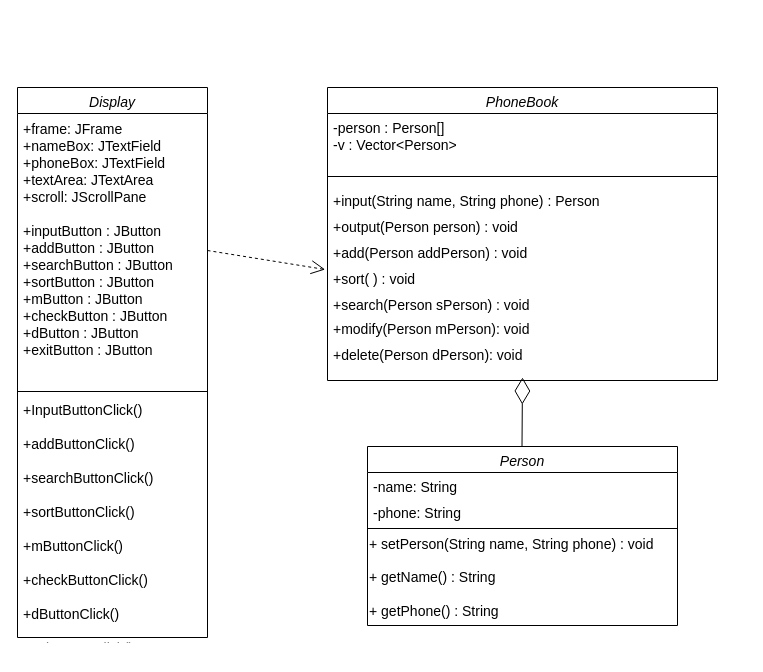
Before: 순서도/전화번호부 클래스다이어그램_java.drawio in skatld123/PH_list_java, a draw.io diagram. Source tidied: cells renumbered, new cells numbered last; positions are measured from the earlier drawing's top-left corner, leaving out a move shared by most shapes. Both pictures are drawn from the tidied source at 100%, with x=0, y=0 at pixel (17, 87).
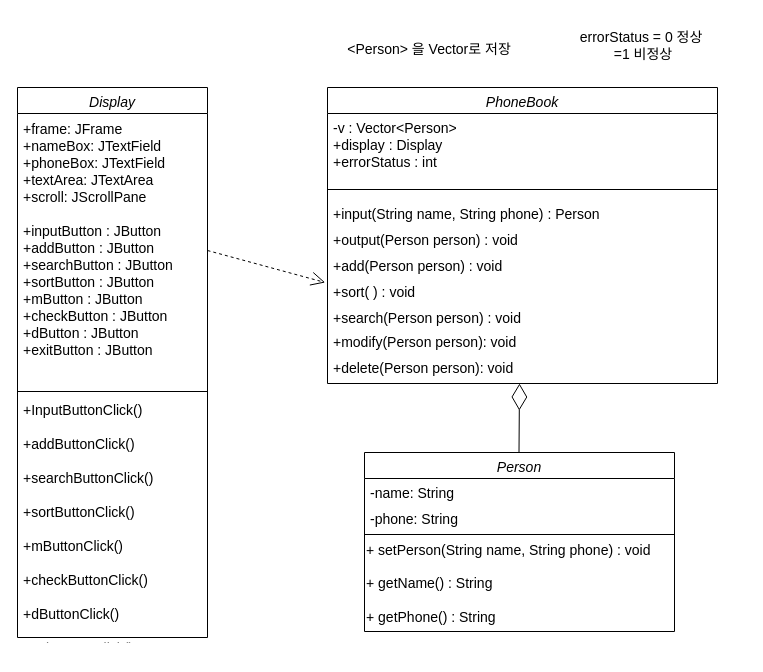
The same diagram, later.

Commit message:
전화번호부 클래스다이어그램_java.drawio 업데이트

The edit, as a diff of the source:
```diff
@@
     <mxCell id="2" value="PhoneBook" style="swimlane;fontStyle=2;align=center;verticalAlign=top;horizontal=1;startSize=26;rounded=0;shadow=0;strokeWidth=1;fontSize=14;" parent="1" vertex="1">
-      <mxGeometry x="310" width="390" height="293" as="geometry" />
+      <mxGeometry x="310" width="390" height="296" as="geometry" />
     </mxCell>
-    <mxCell id="3" value="-person : Person[]&#10;-v : Vector&lt;Person&gt;" style="text;align=left;verticalAlign=top;spacingLeft=4;spacingRight=4;overflow=hidden;fontSize=14;" parent="2" vertex="1">
-      <mxGeometry y="26" width="390" height="53" as="geometry" />
+    <mxCell id="3" value="-v : Vector&lt;Person&gt;       &#10;+display : Display&#10;+errorStatus : int" style="text;align=left;verticalAlign=top;spacingLeft=4;spacingRight=4;overflow=hidden;fontSize=14;" parent="2" vertex="1">
+      <mxGeometry y="26" width="390" height="66" as="geometry" />
     </mxCell>
     <mxCell id="4" style="line;html=1;strokeWidth=1;align=left;verticalAlign=middle;spacingTop=-1;spacingLeft=3;spacingRight=3;labelPosition=right;fontSize=14;" parent="2" vertex="1">
-      <mxGeometry y="79" width="390" height="20" as="geometry" />
+      <mxGeometry y="92" width="390" height="20" as="geometry" />
     </mxCell>
     <mxCell id="5" value="+input(String name, String phone) : Person" style="text;strokeColor=none;fillColor=none;align=left;verticalAlign=top;spacingLeft=4;spacingRight=4;overflow=hidden;fontSize=14;" parent="2" vertex="1">
-      <mxGeometry y="99" width="390" height="26" as="geometry" />
+      <mxGeometry y="112" width="390" height="26" as="geometry" />
     </mxCell>
     <mxCell id="6" value="+output(Person person) : void " style="text;strokeColor=none;fillColor=none;align=left;verticalAlign=top;spacingLeft=4;spacingRight=4;overflow=hidden;fontSize=14;" parent="2" vertex="1">
-      <mxGeometry y="125" width="390" height="26" as="geometry" />
+      <mxGeometry y="138" width="390" height="26" as="geometry" />
     </mxCell>
-    <mxCell id="7" value="+add(Person addPerson) : void" style="text;strokeColor=none;fillColor=none;align=left;verticalAlign=top;spacingLeft=4;spacingRight=4;overflow=hidden;fontSize=14;" parent="2" vertex="1">
-      <mxGeometry y="151" width="390" height="26" as="geometry" />
+    <mxCell id="7" value="+add(Person person) : void" style="text;strokeColor=none;fillColor=none;align=left;verticalAlign=top;spacingLeft=4;spacingRight=4;overflow=hidden;fontSize=14;" parent="2" vertex="1">
+      <mxGeometry y="164" width="390" height="26" as="geometry" />
     </mxCell>
     <mxCell id="8" value="+sort( ) : void" style="text;strokeColor=none;fillColor=none;align=left;verticalAlign=top;spacingLeft=4;spacingRight=4;overflow=hidden;points=[[0,0.5],[1,0.5]];portConstraint=eastwest;fontSize=14;" parent="2" vertex="1">
-      <mxGeometry y="177" width="390" height="26" as="geometry" />
+      <mxGeometry y="190" width="390" height="26" as="geometry" />
     </mxCell>
-    <mxCell id="9" value="+search(Person sPerson) : void" style="text;strokeColor=none;fillColor=none;align=left;verticalAlign=top;spacingLeft=4;spacingRight=4;overflow=hidden;fontSize=14;" parent="2" vertex="1">
-      <mxGeometry y="203" width="390" height="24" as="geometry" />
+    <mxCell id="9" value="+search(Person person) : void" style="text;strokeColor=none;fillColor=none;align=left;verticalAlign=top;spacingLeft=4;spacingRight=4;overflow=hidden;fontSize=14;" parent="2" vertex="1">
+      <mxGeometry y="216" width="390" height="24" as="geometry" />
     </mxCell>
-    <mxCell id="10" value="+modify(Person mPerson): void" style="text;strokeColor=none;fillColor=none;align=left;verticalAlign=top;spacingLeft=4;spacingRight=4;overflow=hidden;fontSize=14;" parent="2" vertex="1">
-      <mxGeometry y="227" width="390" height="26" as="geometry" />
+    <mxCell id="10" value="+modify(Person person): void" style="text;strokeColor=none;fillColor=none;align=left;verticalAlign=top;spacingLeft=4;spacingRight=4;overflow=hidden;fontSize=14;" parent="2" vertex="1">
+      <mxGeometry y="240" width="390" height="26" as="geometry" />
     </mxCell>
-    <mxCell id="11" value="+delete(Person dPerson): void" style="text;strokeColor=none;fillColor=none;align=left;verticalAlign=top;spacingLeft=4;spacingRight=4;overflow=hidden;fontSize=14;" parent="2" vertex="1">
-      <mxGeometry y="253" width="390" height="26" as="geometry" />
+    <mxCell id="11" value="+delete(Person person): void" style="text;strokeColor=none;fillColor=none;align=left;verticalAlign=top;spacingLeft=4;spacingRight=4;overflow=hidden;fontSize=14;" parent="2" vertex="1">
+      <mxGeometry y="266" width="390" height="26" as="geometry" />
     </mxCell>
     <mxCell id="12" value="Person" style="swimlane;fontStyle=2;align=center;verticalAlign=top;horizontal=1;startSize=26;rounded=0;shadow=0;strokeWidth=1;fontSize=14;" parent="1" vertex="1">
-      <mxGeometry x="350" y="359" width="310" height="179" as="geometry" />
+      <mxGeometry x="347" y="365" width="310" height="179" as="geometry" />
     </mxCell>
@@
     <mxCell id="21" style="endArrow=diamondThin;endFill=0;endSize=24;html=1;fontSize=14;" parent="1" edge="1">
       <mxGeometry relative="1" as="geometry">
-        <mxPoint x="504.5" y="359" as="sourcePoint" />
-        <mxPoint x="505" y="290" as="targetPoint" />
+        <mxPoint x="501.5" y="365" as="sourcePoint" />
+        <mxPoint x="502" y="296" as="targetPoint" />
       </mxGeometry>
     </mxCell>
@@
+    <mxCell id="23" value="&amp;lt;Person&amp;gt; 을 Vector로 저장" style="text;html=1;strokeColor=none;fillColor=none;align=center;verticalAlign=middle;whiteSpace=wrap;rounded=0;fontSize=14;" parent="1" vertex="1">
+      <mxGeometry x="310" y="-66" width="204" height="55" as="geometry" />
+    </mxCell>
+    <mxCell id="24" value="errorStatus = 0 정상&amp;nbsp;&lt;br&gt;=1 비정상" style="text;html=1;strokeColor=none;fillColor=none;align=center;verticalAlign=middle;whiteSpace=wrap;rounded=0;fontSize=14;" parent="1" vertex="1">
+      <mxGeometry x="524" y="-70" width="204" height="55" as="geometry" />
+    </mxCell>
```
